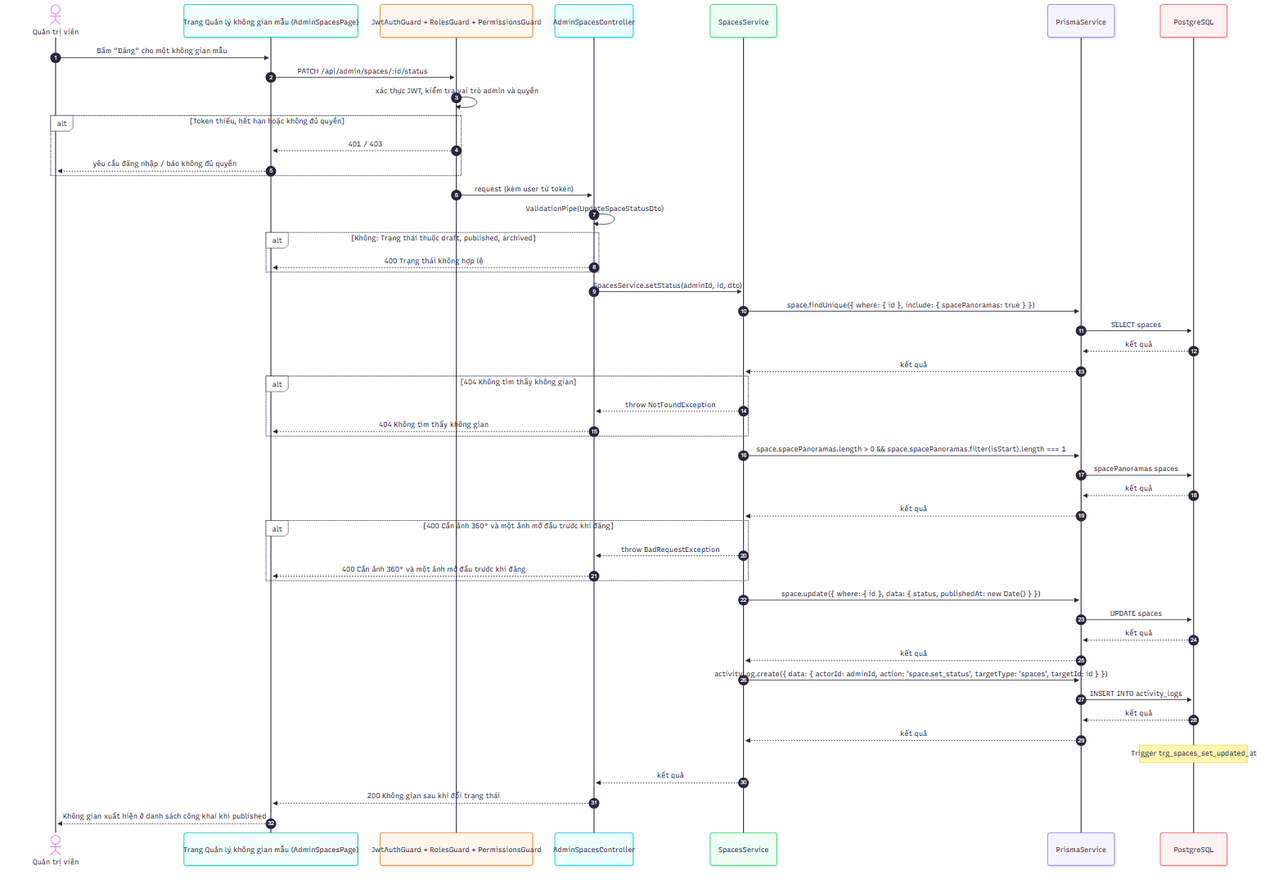
2431540234-arch/XDUDTMDT keeps this Mermaid diagram as docs/diagrams/png/sequence_UC-ADM-15_quan-ly-khong-gian-mau-va-anh-360.png. Above is the earlier version. Its source is kept beside it as docs/diagrams/src/sequence_UC-ADM-15_quan-ly-khong-gian-mau-va-anh-360.mmd. Source of this version:
```mermaid
sequenceDiagram
    autonumber
    actor A as Quản trị viên
    participant FE as Trang Quản lý không gian mẫu (AdminSpacesPage)
    participant G as JwtAuthGuard + RolesGuard + PermissionsGuard
    participant C as AdminSpacesController
    participant S as SpacesService
    participant P as PrismaService
    participant D as PostgreSQL
    A->>FE: Bấm "Đăng" cho một không gian mẫu
    FE->>G: PATCH /api/admin/spaces/:id/status
    G->>G: xác thực JWT, kiểm tra vai trò admin và quyền
    alt Token thiếu, hết hạn hoặc không đủ quyền
        G-->>FE: 401 / 403
        FE-->>A: yêu cầu đăng nhập / báo không đủ quyền
    end
    G->>C: request (kèm user từ token)
    C->>C: ValidationPipe(UpdateSpaceStatusDto)
    alt Không: Trạng thái thuộc draft, published, archived
        C-->>FE: 400 Trạng thái không hợp lệ
    end
    C->>S: SpacesService.setStatus(adminId, id, dto)
    S->>P: space.findUnique({ where: { id }, include: { spacePanoramas: true } })
    P->>D: SELECT spaces
    D-->>P: kết quả
    P-->>S: kết quả
    alt 404 Không tìm thấy không gian
        S-->>C: throw NotFoundException
        C-->>FE: 404 Không tìm thấy không gian
    end
    S->>P: space.spacePanoramas.length > 0 && space.spacePanoramas.filter(isStart).length === 1
    P->>D: spacePanoramas spaces
    D-->>P: kết quả
    P-->>S: kết quả
    alt 400 Cần ảnh 360° và một ảnh mở đầu trước khi đăng
        S-->>C: throw BadRequestException
        C-->>FE: 400 Cần ảnh 360° và một ảnh mở đầu trước khi đăng
    end
    S->>P: space.update({ where: { id }, data: { status, publishedAt: new Date() } })
    P->>D: UPDATE spaces
    D-->>P: kết quả
    P-->>S: kết quả
    S->>P: activityLog.create({ data: { actorId: adminId, action: 'space.set_status', targetType: 'spaces', targetId: id } })
    P->>D: INSERT INTO activity_logs
    D-->>P: kết quả
    P-->>S: kết quả
    Note over D: Trigger trg_spaces_set_updated_at
    S-->>C: kết quả
    C-->>FE: 200 Không gian sau khi đổi trạng thái
    FE-->>A: Không gian xuất hiện ở danh sách công khai khi published
```
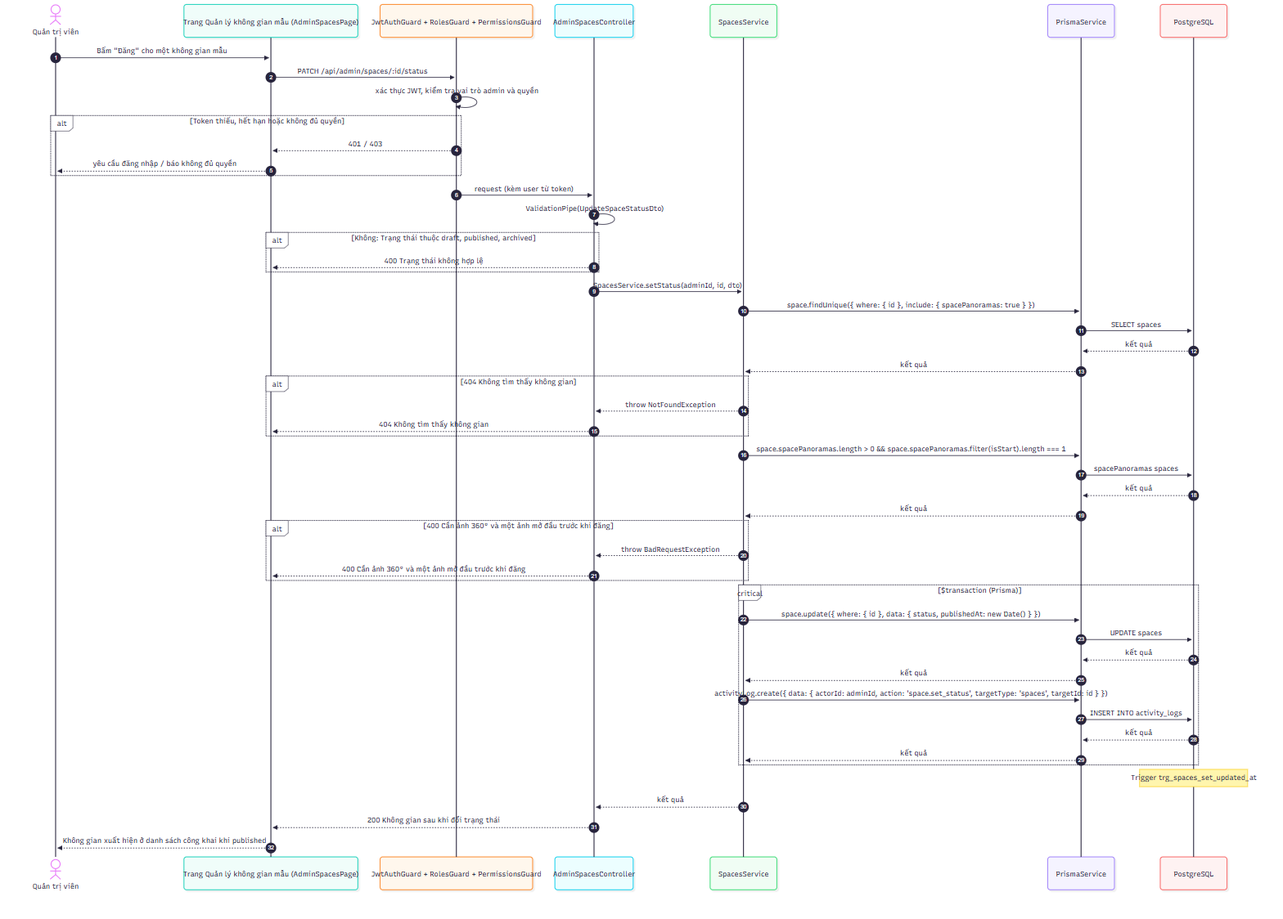
The same diagram one commit later.

Diff of the diagram source:
```diff
@@ -36,14 +36,16 @@
         S-->>C: throw BadRequestException
         C-->>FE: 400 Cần ảnh 360° và một ảnh mở đầu trước khi đăng
     end
-    S->>P: space.update({ where: { id }, data: { status, publishedAt: new Date() } })
-    P->>D: UPDATE spaces
-    D-->>P: kết quả
-    P-->>S: kết quả
-    S->>P: activityLog.create({ data: { actorId: adminId, action: 'space.set_status', targetType: 'spaces', targetId: id } })
-    P->>D: INSERT INTO activity_logs
-    D-->>P: kết quả
-    P-->>S: kết quả
+    critical $transaction (Prisma)
+        S->>P: space.update({ where: { id }, data: { status, publishedAt: new Date() } })
+        P->>D: UPDATE spaces
+        D-->>P: kết quả
+        P-->>S: kết quả
+        S->>P: activityLog.create({ data: { actorId: adminId, action: 'space.set_status', targetType: 'spaces', targetId: id } })
+        P->>D: INSERT INTO activity_logs
+        D-->>P: kết quả
+        P-->>S: kết quả
+    end
     Note over D: Trigger trg_spaces_set_updated_at
     S-->>C: kết quả
     C-->>FE: 200 Không gian sau khi đổi trạng thái
```
